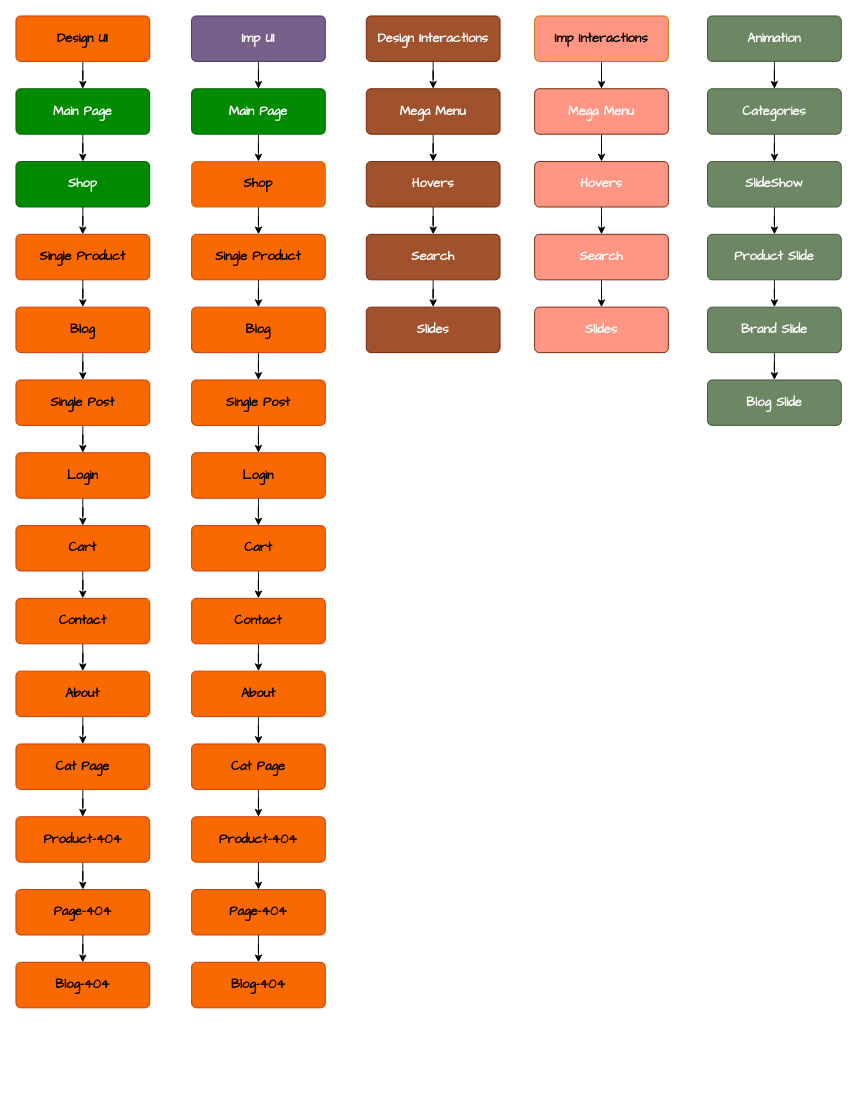
Above: JSProject.drawio in monfaredpersonal/Development (draw.io), before the change. Source tidied: cells renumbered, new cells numbered last; positions are measured from the earlier drawing's top-left corner, leaving out a move shared by most shapes. Both pictures are drawn from the tidied source at 91%, with x=0, y=0 at pixel (15, 15).
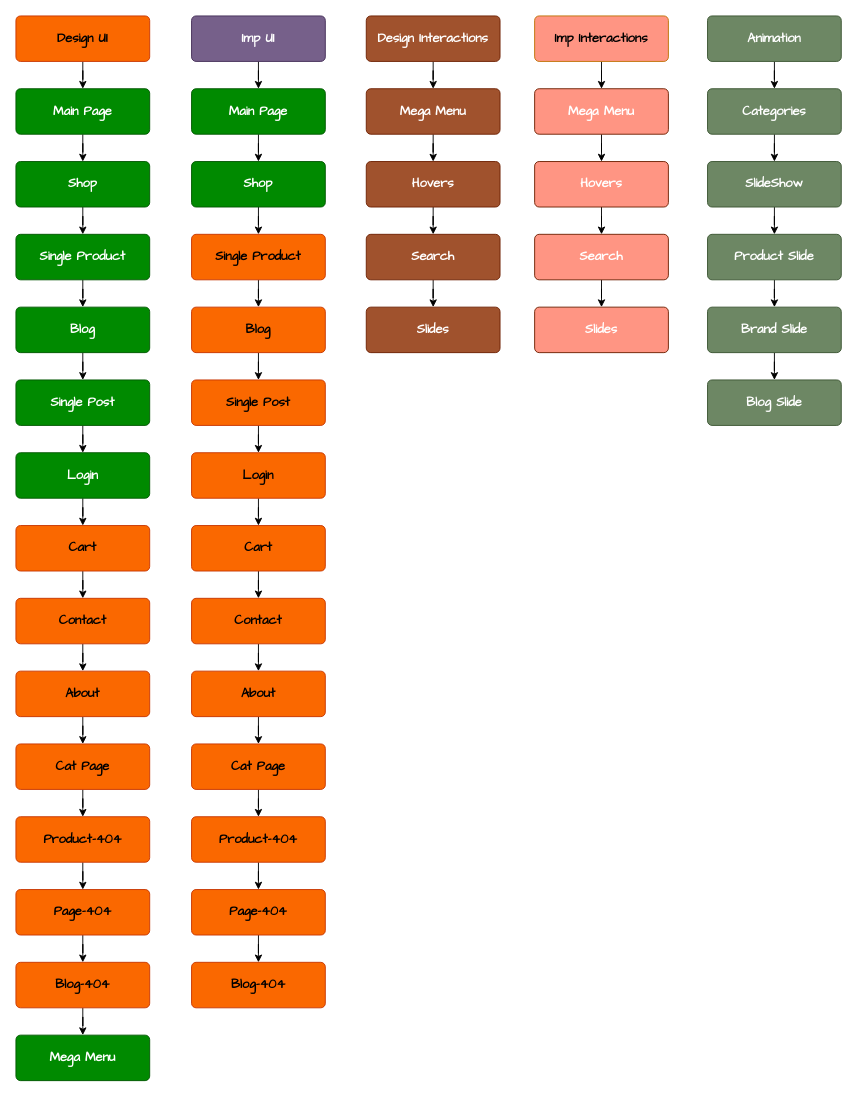
Above is the later version.

Unchanged cells that the change refers to:
```xml
<mxCell id="36" value="&lt;div style=&quot;forced-color-adjust: none;&quot;&gt;404-Blog&lt;/div&gt;" style="html=1;shadow=0;dashed=0;shape=mxgraph.bootstrap.rrect;rSize=5;strokeColor=#C73500;strokeWidth=1;fillColor=#fa6800;fontColor=#000000;whiteSpace=wrap;align=center;verticalAlign=middle;spacingLeft=0;fontStyle=1;fontSize=14;spacing=5;rounded=1;glass=0;fillStyle=auto;fontFamily=Comic Sans MS;horizontal=1;textDirection=rtl;points=[];" parent="1" vertex="1">
  <mxGeometry y="1040" width="147" height="50" as="geometry" />
</mxCell>
```

What changed in the source:
```diff
@@
-    <mxCell id="17" value="&lt;div style=&quot;forced-color-adjust: none;&quot;&gt;Single Product&lt;/div&gt;" style="html=1;shadow=0;dashed=0;shape=mxgraph.bootstrap.rrect;rSize=5;strokeColor=#C73500;strokeWidth=1;fillColor=#fa6800;fontColor=#000000;whiteSpace=wrap;align=center;verticalAlign=middle;spacingLeft=0;fontStyle=1;fontSize=14;spacing=5;rounded=1;glass=0;fillStyle=auto;fontFamily=Comic Sans MS;horizontal=1;textDirection=rtl;points=[];" parent="1" vertex="1">
+    <mxCell id="17" value="&lt;div style=&quot;forced-color-adjust: none;&quot;&gt;Single Product&lt;/div&gt;" style="html=1;shadow=0;dashed=0;shape=mxgraph.bootstrap.rrect;rSize=5;strokeColor=#005700;strokeWidth=1;fillColor=#008a00;fontColor=#ffffff;whiteSpace=wrap;align=center;verticalAlign=middle;spacingLeft=0;fontStyle=1;fontSize=14;spacing=5;rounded=1;glass=0;fillStyle=auto;fontFamily=Comic Sans MS;horizontal=1;textDirection=rtl;points=[];" parent="1" vertex="1">
       <mxGeometry y="240" width="147" height="50" as="geometry" />
     </mxCell>
@@
-    <mxCell id="19" value="&lt;div style=&quot;forced-color-adjust: none;&quot;&gt;Blog&lt;/div&gt;" style="html=1;shadow=0;dashed=0;shape=mxgraph.bootstrap.rrect;rSize=5;strokeColor=#C73500;strokeWidth=1;fillColor=#fa6800;fontColor=#000000;whiteSpace=wrap;align=center;verticalAlign=middle;spacingLeft=0;fontStyle=1;fontSize=14;spacing=5;rounded=1;glass=0;fillStyle=auto;fontFamily=Comic Sans MS;horizontal=1;textDirection=rtl;points=[];" parent="1" vertex="1">
+    <mxCell id="19" value="&lt;div style=&quot;forced-color-adjust: none;&quot;&gt;Blog&lt;/div&gt;" style="html=1;shadow=0;dashed=0;shape=mxgraph.bootstrap.rrect;rSize=5;strokeColor=#005700;strokeWidth=1;fillColor=#008a00;fontColor=#ffffff;whiteSpace=wrap;align=center;verticalAlign=middle;spacingLeft=0;fontStyle=1;fontSize=14;spacing=5;rounded=1;glass=0;fillStyle=auto;fontFamily=Comic Sans MS;horizontal=1;textDirection=rtl;points=[];" parent="1" vertex="1">
       <mxGeometry y="320" width="147" height="50" as="geometry" />
     </mxCell>
@@
-    <mxCell id="21" value="&lt;div style=&quot;forced-color-adjust: none;&quot;&gt;Single Post&lt;/div&gt;" style="html=1;shadow=0;dashed=0;shape=mxgraph.bootstrap.rrect;rSize=5;strokeColor=#C73500;strokeWidth=1;fillColor=#fa6800;fontColor=#000000;whiteSpace=wrap;align=center;verticalAlign=middle;spacingLeft=0;fontStyle=1;fontSize=14;spacing=5;rounded=1;glass=0;fillStyle=auto;fontFamily=Comic Sans MS;horizontal=1;textDirection=rtl;points=[];" parent="1" vertex="1">
+    <mxCell id="21" value="&lt;div style=&quot;forced-color-adjust: none;&quot;&gt;Single Post&lt;/div&gt;" style="html=1;shadow=0;dashed=0;shape=mxgraph.bootstrap.rrect;rSize=5;strokeColor=#005700;strokeWidth=1;fillColor=#008a00;fontColor=#ffffff;whiteSpace=wrap;align=center;verticalAlign=middle;spacingLeft=0;fontStyle=1;fontSize=14;spacing=5;rounded=1;glass=0;fillStyle=auto;fontFamily=Comic Sans MS;horizontal=1;textDirection=rtl;points=[];" parent="1" vertex="1">
       <mxGeometry y="400" width="147" height="50" as="geometry" />
     </mxCell>
@@
-    <mxCell id="23" value="&lt;div style=&quot;forced-color-adjust: none;&quot;&gt;Login&lt;/div&gt;" style="html=1;shadow=0;dashed=0;shape=mxgraph.bootstrap.rrect;rSize=5;strokeColor=#C73500;strokeWidth=1;fillColor=#fa6800;fontColor=#000000;whiteSpace=wrap;align=center;verticalAlign=middle;spacingLeft=0;fontStyle=1;fontSize=14;spacing=5;rounded=1;glass=0;fillStyle=auto;fontFamily=Comic Sans MS;horizontal=1;textDirection=rtl;points=[];" parent="1" vertex="1">
+    <mxCell id="23" value="&lt;div style=&quot;forced-color-adjust: none;&quot;&gt;Login&lt;/div&gt;" style="html=1;shadow=0;dashed=0;shape=mxgraph.bootstrap.rrect;rSize=5;strokeColor=#005700;strokeWidth=1;fillColor=#008a00;fontColor=#ffffff;whiteSpace=wrap;align=center;verticalAlign=middle;spacingLeft=0;fontStyle=1;fontSize=14;spacing=5;rounded=1;glass=0;fillStyle=auto;fontFamily=Comic Sans MS;horizontal=1;textDirection=rtl;points=[];" parent="1" vertex="1">
       <mxGeometry y="480" width="147" height="50" as="geometry" />
     </mxCell>
@@
+    <mxCell id="85" style="edgeStyle=orthogonalEdgeStyle;rounded=0;jettySize=auto;html=1;" parent="1" edge="1" source="36" target="86">
+      <mxGeometry relative="1" as="geometry" />
+    </mxCell>
@@
-    <mxCell id="40" value="&lt;div style=&quot;forced-color-adjust: none;&quot;&gt;Shop&lt;/div&gt;" style="html=1;shadow=0;dashed=0;shape=mxgraph.bootstrap.rrect;rSize=5;strokeColor=#BD7000;strokeWidth=1;fillColor=light-dark(#fa6800, #9a5800);fontColor=#000000;whiteSpace=wrap;align=center;verticalAlign=middle;spacingLeft=0;fontStyle=1;fontSize=14;spacing=5;rounded=1;glass=0;fillStyle=auto;fontFamily=Comic Sans MS;horizontal=1;textDirection=rtl;points=[];" parent="1" vertex="1">
+    <mxCell id="40" value="&lt;div style=&quot;forced-color-adjust: none;&quot;&gt;Shop&lt;/div&gt;" style="html=1;shadow=0;dashed=0;shape=mxgraph.bootstrap.rrect;rSize=5;strokeColor=#005700;strokeWidth=1;fillColor=#008a00;fontColor=#ffffff;whiteSpace=wrap;align=center;verticalAlign=middle;spacingLeft=0;fontStyle=1;fontSize=14;spacing=5;rounded=1;glass=0;fillStyle=auto;fontFamily=Comic Sans MS;horizontal=1;textDirection=rtl;points=[];" parent="1" vertex="1">
       <mxGeometry x="193" y="160" width="147" height="50" as="geometry" />
     </mxCell>
@@
+    <mxCell id="86" value="&lt;div style=&quot;forced-color-adjust: none;&quot;&gt;Mega Menu&lt;/div&gt;" style="html=1;shadow=0;dashed=0;shape=mxgraph.bootstrap.rrect;rSize=5;strokeColor=#005700;strokeWidth=1;fillColor=#008a00;fontColor=#ffffff;whiteSpace=wrap;align=center;verticalAlign=middle;spacingLeft=0;fontStyle=1;fontSize=14;spacing=5;rounded=1;glass=0;fillStyle=auto;fontFamily=Comic Sans MS;horizontal=1;textDirection=rtl;points=[];" parent="1" vertex="1">
+      <mxGeometry y="1120" width="147" height="50" as="geometry" />
+    </mxCell>
```
